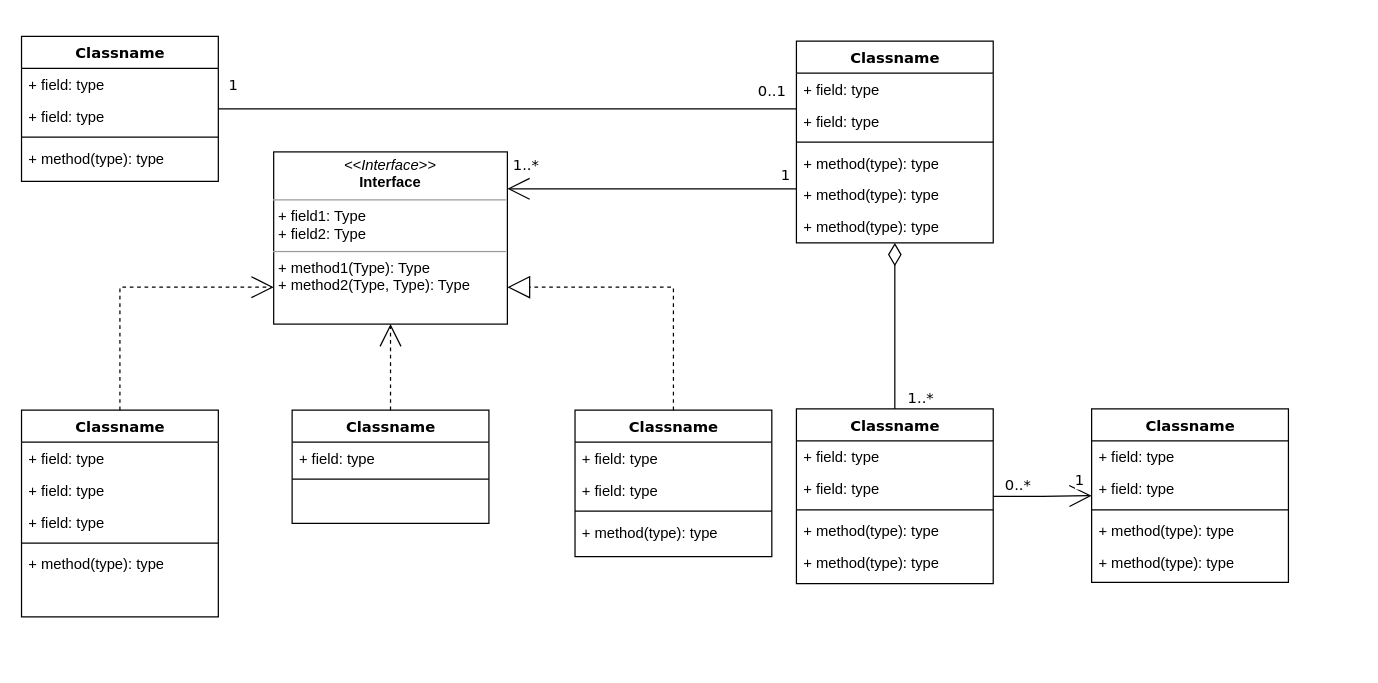
The draw.io diagram doc/Test.drawio in akariumfish/nodulo, before the edit. Source tidied: cells renumbered, new cells numbered last; positions are measured from the earlier drawing's top-left corner, leaving out a move shared by most shapes. Both pictures are drawn from the tidied source at 123%, with x=0, y=0 at pixel (21, 36).
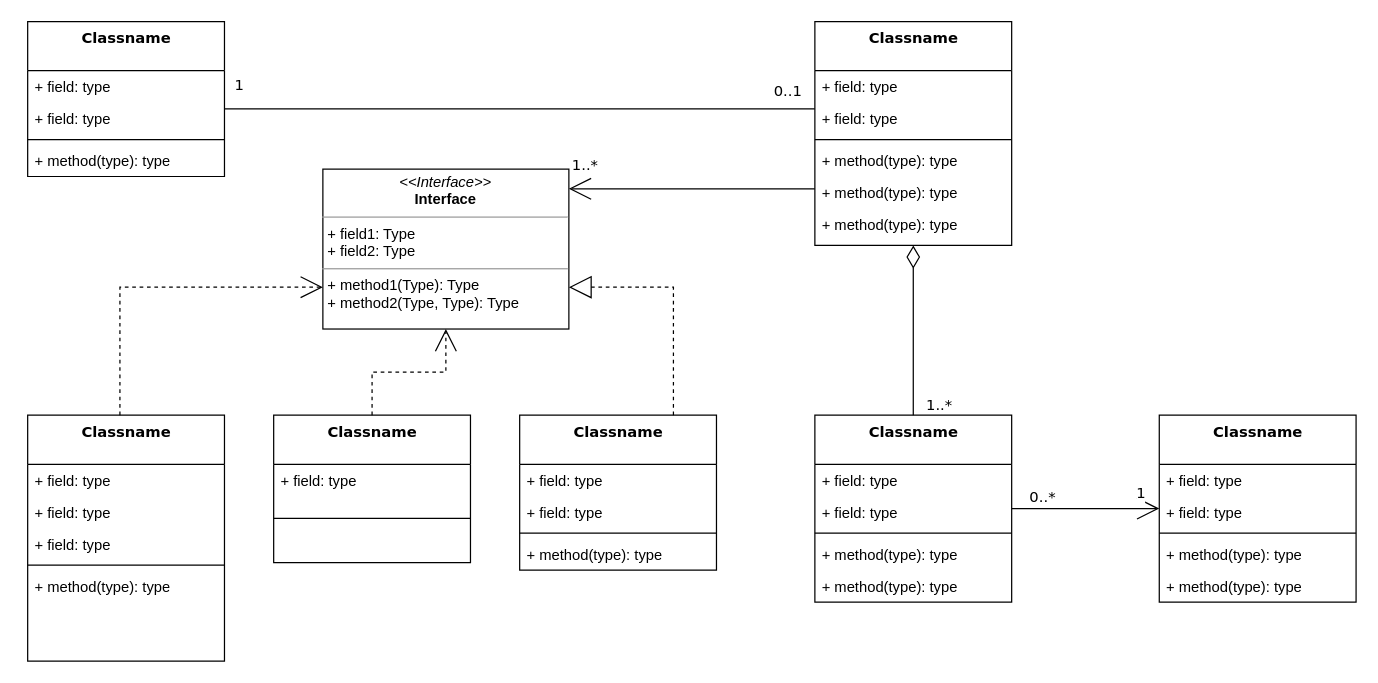
After the change.

The edit, as a diff of the source:
```diff
@@
-    <mxCell id="3" value="Classname" style="swimlane;html=1;fontStyle=1;align=center;verticalAlign=top;horizontal=1;startSize=26;swimlaneFillColor=#ffffff;rounded=0;shadow=0;comic=0;labelBackgroundColor=none;strokeWidth=1;fillColor=none;fontFamily=Verdana;fontSize=12;" parent="1" vertex="1">
-      <mxGeometry y="304" width="160" height="168" as="geometry" />
+    <mxCell id="3" value="Classname" style="swimlane;html=1;fontStyle=1;align=center;verticalAlign=top;horizontal=1;startSize=40;swimlaneFillColor=#ffffff;rounded=0;shadow=0;comic=0;labelBackgroundColor=none;strokeWidth=1;fillColor=none;fontFamily=Verdana;fontSize=12;" parent="1" vertex="1">
+      <mxGeometry x="5" y="308" width="160" height="200" as="geometry" />
     </mxCell>
     <mxCell id="4" value="+ field: type" style="text;html=1;strokeColor=none;fillColor=none;align=left;verticalAlign=top;spacingLeft=4;spacingRight=4;whiteSpace=wrap;overflow=hidden;" parent="3" vertex="1">
-      <mxGeometry y="26" width="160" height="26" as="geometry" />
+      <mxGeometry y="40" width="160" height="26" as="geometry" />
     </mxCell>
     <mxCell id="5" value="+ field: type" style="text;html=1;strokeColor=none;fillColor=none;align=left;verticalAlign=top;spacingLeft=4;spacingRight=4;whiteSpace=wrap;overflow=hidden;" parent="3" vertex="1">
-      <mxGeometry y="52" width="160" height="26" as="geometry" />
+      <mxGeometry y="66" width="160" height="26" as="geometry" />
     </mxCell>
     <mxCell id="6" value="+ field: type" style="text;html=1;strokeColor=none;fillColor=none;align=left;verticalAlign=top;spacingLeft=4;spacingRight=4;whiteSpace=wrap;overflow=hidden;" parent="3" vertex="1">
-      <mxGeometry y="78" width="160" height="26" as="geometry" />
+      <mxGeometry y="92" width="160" height="26" as="geometry" />
     </mxCell>
     <mxCell id="7" style="line;html=1;strokeWidth=1;fillColor=none;align=left;verticalAlign=middle;spacingTop=-1;spacingLeft=3;spacingRight=3;labelPosition=right;" parent="3" vertex="1">
-      <mxGeometry y="104" width="160" height="8" as="geometry" />
+      <mxGeometry y="118" width="160" height="8" as="geometry" />
     </mxCell>
     <mxCell id="8" value="+ method(type): type" style="text;html=1;strokeColor=none;fillColor=none;align=left;verticalAlign=top;spacingLeft=4;spacingRight=4;whiteSpace=wrap;overflow=hidden;" parent="3" vertex="1">
-      <mxGeometry y="112" width="160" height="26" as="geometry" />
+      <mxGeometry y="126" width="160" height="24" as="geometry" />
     </mxCell>
-    <mxCell id="9" value="Classname" style="swimlane;html=1;fontStyle=1;align=center;verticalAlign=top;horizontal=1;startSize=26;swimlaneFillColor=#ffffff;rounded=0;shadow=0;comic=0;labelBackgroundColor=none;strokeWidth=1;fillColor=none;fontFamily=Verdana;fontSize=12;" parent="1" vertex="1">
-      <mxGeometry width="160" height="118" as="geometry" />
+    <mxCell id="9" value="Classname" style="swimlane;html=1;fontStyle=1;align=center;verticalAlign=top;horizontal=1;startSize=40;swimlaneFillColor=#ffffff;rounded=0;shadow=0;comic=0;labelBackgroundColor=none;strokeWidth=1;fillColor=none;fontFamily=Verdana;fontSize=12;" parent="1" vertex="1">
+      <mxGeometry x="5" y="-12" width="160" height="126" as="geometry" />
     </mxCell>
     <mxCell id="10" value="+ field: type" style="text;html=1;strokeColor=none;fillColor=none;align=left;verticalAlign=top;spacingLeft=4;spacingRight=4;whiteSpace=wrap;overflow=hidden;" parent="9" vertex="1">
-      <mxGeometry y="26" width="160" height="26" as="geometry" />
+      <mxGeometry y="40" width="160" height="26" as="geometry" />
     </mxCell>
     <mxCell id="11" value="+ field: type" style="text;html=1;strokeColor=none;fillColor=none;align=left;verticalAlign=top;spacingLeft=4;spacingRight=4;whiteSpace=wrap;overflow=hidden;" parent="9" vertex="1">
-      <mxGeometry y="52" width="160" height="26" as="geometry" />
+      <mxGeometry y="66" width="160" height="26" as="geometry" />
     </mxCell>
     <mxCell id="12" style="line;html=1;strokeWidth=1;fillColor=none;align=left;verticalAlign=middle;spacingTop=-1;spacingLeft=3;spacingRight=3;labelPosition=right;" parent="9" vertex="1">
-      <mxGeometry y="78" width="160" height="8" as="geometry" />
+      <mxGeometry y="92" width="160" height="8" as="geometry" />
     </mxCell>
     <mxCell id="13" value="+ method(type): type" style="text;html=1;strokeColor=none;fillColor=none;align=left;verticalAlign=top;spacingLeft=4;spacingRight=4;whiteSpace=wrap;overflow=hidden;" parent="9" vertex="1">
-      <mxGeometry y="86" width="160" height="26" as="geometry" />
+      <mxGeometry y="100" width="160" height="26" as="geometry" />
     </mxCell>
@@
-    <mxCell id="20" value="Classname" style="swimlane;html=1;fontStyle=1;align=center;verticalAlign=top;horizontal=1;startSize=26;swimlaneFillColor=#ffffff;rounded=0;shadow=0;comic=0;labelBackgroundColor=none;strokeWidth=1;fillColor=none;fontFamily=Verdana;fontSize=12;" parent="1" vertex="1">
-      <mxGeometry x="630" y="4" width="160" height="164" as="geometry" />
+    <mxCell id="20" value="Classname" style="swimlane;html=1;fontStyle=1;align=center;verticalAlign=top;horizontal=1;startSize=40;swimlaneFillColor=#ffffff;rounded=0;shadow=0;comic=0;labelBackgroundColor=none;strokeWidth=1;fillColor=none;fontFamily=Verdana;fontSize=12;" parent="1" vertex="1">
+      <mxGeometry x="645" y="-12" width="160" height="182" as="geometry" />
     </mxCell>
     <mxCell id="21" value="+ field: type" style="text;html=1;strokeColor=none;fillColor=none;align=left;verticalAlign=top;spacingLeft=4;spacingRight=4;whiteSpace=wrap;overflow=hidden;" parent="20" vertex="1">
-      <mxGeometry y="26" width="160" height="26" as="geometry" />
+      <mxGeometry y="40" width="160" height="26" as="geometry" />
     </mxCell>
     <mxCell id="22" value="+ field: type" style="text;html=1;strokeColor=none;fillColor=none;align=left;verticalAlign=top;spacingLeft=4;spacingRight=4;whiteSpace=wrap;overflow=hidden;" parent="20" vertex="1">
-      <mxGeometry y="52" width="160" height="26" as="geometry" />
+      <mxGeometry y="66" width="160" height="26" as="geometry" />
     </mxCell>
     <mxCell id="23" style="line;html=1;strokeWidth=1;fillColor=none;align=left;verticalAlign=middle;spacingTop=-1;spacingLeft=3;spacingRight=3;labelPosition=right;" parent="20" vertex="1">
-      <mxGeometry y="78" width="160" height="8" as="geometry" />
+      <mxGeometry y="92" width="160" height="8" as="geometry" />
     </mxCell>
     <mxCell id="24" value="+ method(type): type" style="text;html=1;strokeColor=none;fillColor=none;align=left;verticalAlign=top;spacingLeft=4;spacingRight=4;whiteSpace=wrap;overflow=hidden;" parent="20" vertex="1">
-      <mxGeometry y="86" width="160" height="26" as="geometry" />
+      <mxGeometry y="100" width="160" height="26" as="geometry" />
     </mxCell>
     <mxCell id="25" value="+ method(type): type" style="text;html=1;strokeColor=none;fillColor=none;align=left;verticalAlign=top;spacingLeft=4;spacingRight=4;whiteSpace=wrap;overflow=hidden;" parent="20" vertex="1">
-      <mxGeometry y="112" width="160" height="26" as="geometry" />
+      <mxGeometry y="126" width="160" height="26" as="geometry" />
     </mxCell>
     <mxCell id="26" value="+ method(type): type" style="text;html=1;strokeColor=none;fillColor=none;align=left;verticalAlign=top;spacingLeft=4;spacingRight=4;whiteSpace=wrap;overflow=hidden;" parent="20" vertex="1">
-      <mxGeometry y="138" width="160" height="26" as="geometry" />
+      <mxGeometry y="152" width="160" height="26" as="geometry" />
     </mxCell>
@@
-    <mxCell id="28" value="Classname" style="swimlane;html=1;fontStyle=1;align=center;verticalAlign=top;horizontal=1;startSize=26;swimlaneFillColor=#ffffff;rounded=0;shadow=0;comic=0;labelBackgroundColor=none;strokeWidth=1;fillColor=none;fontFamily=Verdana;fontSize=12;" parent="1" vertex="1">
-      <mxGeometry x="220" y="304" width="160" height="92" as="geometry" />
+    <mxCell id="28" value="Classname" style="swimlane;html=1;fontStyle=1;align=center;verticalAlign=top;horizontal=1;startSize=40;swimlaneFillColor=#ffffff;rounded=0;shadow=0;comic=0;labelBackgroundColor=none;strokeWidth=1;fillColor=none;fontFamily=Verdana;fontSize=12;" parent="1" vertex="1">
+      <mxGeometry x="205" y="308" width="160" height="120" as="geometry" />
     </mxCell>
     <mxCell id="29" value="+ field: type" style="text;html=1;strokeColor=none;fillColor=none;align=left;verticalAlign=top;spacingLeft=4;spacingRight=4;whiteSpace=wrap;overflow=hidden;" parent="28" vertex="1">
-      <mxGeometry y="26" width="160" height="26" as="geometry" />
+      <mxGeometry y="40" width="160" height="40" as="geometry" />
     </mxCell>
     <mxCell id="30" style="line;html=1;strokeWidth=1;fillColor=none;align=left;verticalAlign=middle;spacingTop=-1;spacingLeft=3;spacingRight=3;labelPosition=right;" parent="28" vertex="1">
-      <mxGeometry y="52" width="160" height="8" as="geometry" />
+      <mxGeometry y="80" width="160" height="8" as="geometry" />
     </mxCell>
@@
-    <mxCell id="36" value="Classname" style="swimlane;html=1;fontStyle=1;align=center;verticalAlign=top;horizontal=1;startSize=26;swimlaneFillColor=#ffffff;rounded=0;shadow=0;comic=0;labelBackgroundColor=none;strokeWidth=1;fillColor=none;fontFamily=Verdana;fontSize=12;" parent="1" vertex="1">
-      <mxGeometry x="630" y="303" width="160" height="142" as="geometry" />
+    <mxCell id="36" value="Classname" style="swimlane;html=1;fontStyle=1;align=center;verticalAlign=top;horizontal=1;startSize=40;swimlaneFillColor=#ffffff;rounded=0;shadow=0;comic=0;labelBackgroundColor=none;strokeWidth=1;fillColor=none;fontFamily=Verdana;fontSize=12;" parent="1" vertex="1">
+      <mxGeometry x="645" y="308" width="160" height="152" as="geometry" />
     </mxCell>
     <mxCell id="37" value="+ field: type" style="text;html=1;strokeColor=none;fillColor=none;align=left;verticalAlign=top;spacingLeft=4;spacingRight=4;whiteSpace=wrap;overflow=hidden;" parent="36" vertex="1">
-      <mxGeometry y="26" width="160" height="26" as="geometry" />
+      <mxGeometry y="40" width="160" height="26" as="geometry" />
     </mxCell>
     <mxCell id="38" value="+ field: type" style="text;html=1;strokeColor=none;fillColor=none;align=left;verticalAlign=top;spacingLeft=4;spacingRight=4;whiteSpace=wrap;overflow=hidden;" parent="36" vertex="1">
-      <mxGeometry y="52" width="160" height="26" as="geometry" />
+      <mxGeometry y="66" width="160" height="26" as="geometry" />
     </mxCell>
     <mxCell id="39" style="line;html=1;strokeWidth=1;fillColor=none;align=left;verticalAlign=middle;spacingTop=-1;spacingLeft=3;spacingRight=3;labelPosition=right;" parent="36" vertex="1">
-      <mxGeometry y="78" width="160" height="8" as="geometry" />
+      <mxGeometry y="92" width="160" height="8" as="geometry" />
     </mxCell>
     <mxCell id="40" value="+ method(type): type" style="text;html=1;strokeColor=none;fillColor=none;align=left;verticalAlign=top;spacingLeft=4;spacingRight=4;whiteSpace=wrap;overflow=hidden;" parent="36" vertex="1">
-      <mxGeometry y="86" width="160" height="26" as="geometry" />
+      <mxGeometry y="100" width="160" height="26" as="geometry" />
     </mxCell>
     <mxCell id="41" value="+ method(type): type" style="text;html=1;strokeColor=none;fillColor=none;align=left;verticalAlign=top;spacingLeft=4;spacingRight=4;whiteSpace=wrap;overflow=hidden;" parent="36" vertex="1">
-      <mxGeometry y="112" width="160" height="26" as="geometry" />
+      <mxGeometry y="126" width="160" height="26" as="geometry" />
     </mxCell>
-    <mxCell id="42" value="Classname" style="swimlane;html=1;fontStyle=1;align=center;verticalAlign=top;horizontal=1;startSize=26;swimlaneFillColor=#ffffff;rounded=0;shadow=0;comic=0;labelBackgroundColor=none;strokeWidth=1;fillColor=none;fontFamily=Verdana;fontSize=12;" parent="1" vertex="1">
-      <mxGeometry x="870" y="303" width="160" height="141" as="geometry" />
+    <mxCell id="42" value="Classname" style="swimlane;html=1;fontStyle=1;align=center;verticalAlign=top;horizontal=1;startSize=40;swimlaneFillColor=#ffffff;rounded=0;shadow=0;comic=0;labelBackgroundColor=none;strokeWidth=1;fillColor=none;fontFamily=Verdana;fontSize=12;" parent="1" vertex="1">
+      <mxGeometry x="925" y="308" width="160" height="152" as="geometry" />
     </mxCell>
     <mxCell id="43" value="+ field: type" style="text;html=1;strokeColor=none;fillColor=none;align=left;verticalAlign=top;spacingLeft=4;spacingRight=4;whiteSpace=wrap;overflow=hidden;" parent="42" vertex="1">
-      <mxGeometry y="26" width="160" height="26" as="geometry" />
+      <mxGeometry y="40" width="160" height="26" as="geometry" />
     </mxCell>
     <mxCell id="44" value="+ field: type" style="text;html=1;strokeColor=none;fillColor=none;align=left;verticalAlign=top;spacingLeft=4;spacingRight=4;whiteSpace=wrap;overflow=hidden;" parent="42" vertex="1">
-      <mxGeometry y="52" width="160" height="26" as="geometry" />
+      <mxGeometry y="66" width="160" height="26" as="geometry" />
     </mxCell>
     <mxCell id="45" style="line;html=1;strokeWidth=1;fillColor=none;align=left;verticalAlign=middle;spacingTop=-1;spacingLeft=3;spacingRight=3;labelPosition=right;" parent="42" vertex="1">
-      <mxGeometry y="78" width="160" height="8" as="geometry" />
+      <mxGeometry y="92" width="160" height="8" as="geometry" />
     </mxCell>
     <mxCell id="46" value="+ method(type): type" style="text;html=1;strokeColor=none;fillColor=none;align=left;verticalAlign=top;spacingLeft=4;spacingRight=4;whiteSpace=wrap;overflow=hidden;" parent="42" vertex="1">
-      <mxGeometry y="86" width="160" height="26" as="geometry" />
+      <mxGeometry y="100" width="160" height="26" as="geometry" />
     </mxCell>
     <mxCell id="47" value="+ method(type): type" style="text;html=1;strokeColor=none;fillColor=none;align=left;verticalAlign=top;spacingLeft=4;spacingRight=4;whiteSpace=wrap;overflow=hidden;" parent="42" vertex="1">
-      <mxGeometry y="112" width="160" height="26" as="geometry" />
+      <mxGeometry y="126" width="160" height="26" as="geometry" />
     </mxCell>
@@
-    <mxCell id="49" value="Classname" style="swimlane;html=1;fontStyle=1;align=center;verticalAlign=top;horizontal=1;startSize=26;swimlaneFillColor=#ffffff;rounded=0;shadow=0;comic=0;labelBackgroundColor=none;strokeWidth=1;fillColor=none;fontFamily=Verdana;fontSize=12;" parent="1" vertex="1">
-      <mxGeometry x="450" y="304" width="160" height="119" as="geometry" />
+    <mxCell id="49" value="Classname" style="swimlane;html=1;fontStyle=1;align=center;verticalAlign=top;horizontal=1;startSize=40;swimlaneFillColor=#ffffff;rounded=0;shadow=0;comic=0;labelBackgroundColor=none;strokeWidth=1;fillColor=none;fontFamily=Verdana;fontSize=12;" parent="1" vertex="1">
+      <mxGeometry x="405" y="308" width="160" height="126" as="geometry" />
     </mxCell>
     <mxCell id="50" value="+ field: type" style="text;html=1;strokeColor=none;fillColor=none;align=left;verticalAlign=top;spacingLeft=4;spacingRight=4;whiteSpace=wrap;overflow=hidden;" parent="49" vertex="1">
-      <mxGeometry y="26" width="160" height="26" as="geometry" />
+      <mxGeometry y="40" width="160" height="26" as="geometry" />
     </mxCell>
     <mxCell id="51" value="+ field: type" style="text;html=1;strokeColor=none;fillColor=none;align=left;verticalAlign=top;spacingLeft=4;spacingRight=4;whiteSpace=wrap;overflow=hidden;" parent="49" vertex="1">
-      <mxGeometry y="52" width="160" height="26" as="geometry" />
+      <mxGeometry y="66" width="160" height="26" as="geometry" />
     </mxCell>
     <mxCell id="52" style="line;html=1;strokeWidth=1;fillColor=none;align=left;verticalAlign=middle;spacingTop=-1;spacingLeft=3;spacingRight=3;labelPosition=right;" parent="49" vertex="1">
-      <mxGeometry y="78" width="160" height="8" as="geometry" />
+      <mxGeometry y="92" width="160" height="8" as="geometry" />
     </mxCell>
     <mxCell id="53" value="+ method(type): type" style="text;html=1;strokeColor=none;fillColor=none;align=left;verticalAlign=top;spacingLeft=4;spacingRight=4;whiteSpace=wrap;overflow=hidden;" parent="49" vertex="1">
-      <mxGeometry y="86" width="160" height="26" as="geometry" />
+      <mxGeometry y="100" width="160" height="26" as="geometry" />
     </mxCell>
     <mxCell id="54" value="&lt;p style=&quot;margin:0px;margin-top:4px;text-align:center;&quot;&gt;&lt;i&gt;&amp;lt;&amp;lt;Interface&amp;gt;&amp;gt;&lt;/i&gt;&lt;br/&gt;&lt;b&gt;Interface&lt;/b&gt;&lt;/p&gt;&lt;hr size=&quot;1&quot;/&gt;&lt;p style=&quot;margin:0px;margin-left:4px;&quot;&gt;+ field1: Type&lt;br/&gt;+ field2: Type&lt;/p&gt;&lt;hr size=&quot;1&quot;/&gt;&lt;p style=&quot;margin:0px;margin-left:4px;&quot;&gt;+ method1(Type): Type&lt;br/&gt;+ method2(Type, Type): Type&lt;/p&gt;" style="verticalAlign=top;align=left;overflow=fill;fontSize=12;fontFamily=Helvetica;html=1;rounded=0;shadow=0;comic=0;labelBackgroundColor=none;strokeWidth=1;" parent="1" vertex="1">
-      <mxGeometry x="205" y="94" width="190" height="140" as="geometry" />
+      <mxGeometry x="245" y="108" width="200" height="130" as="geometry" />
     </mxCell>
```
